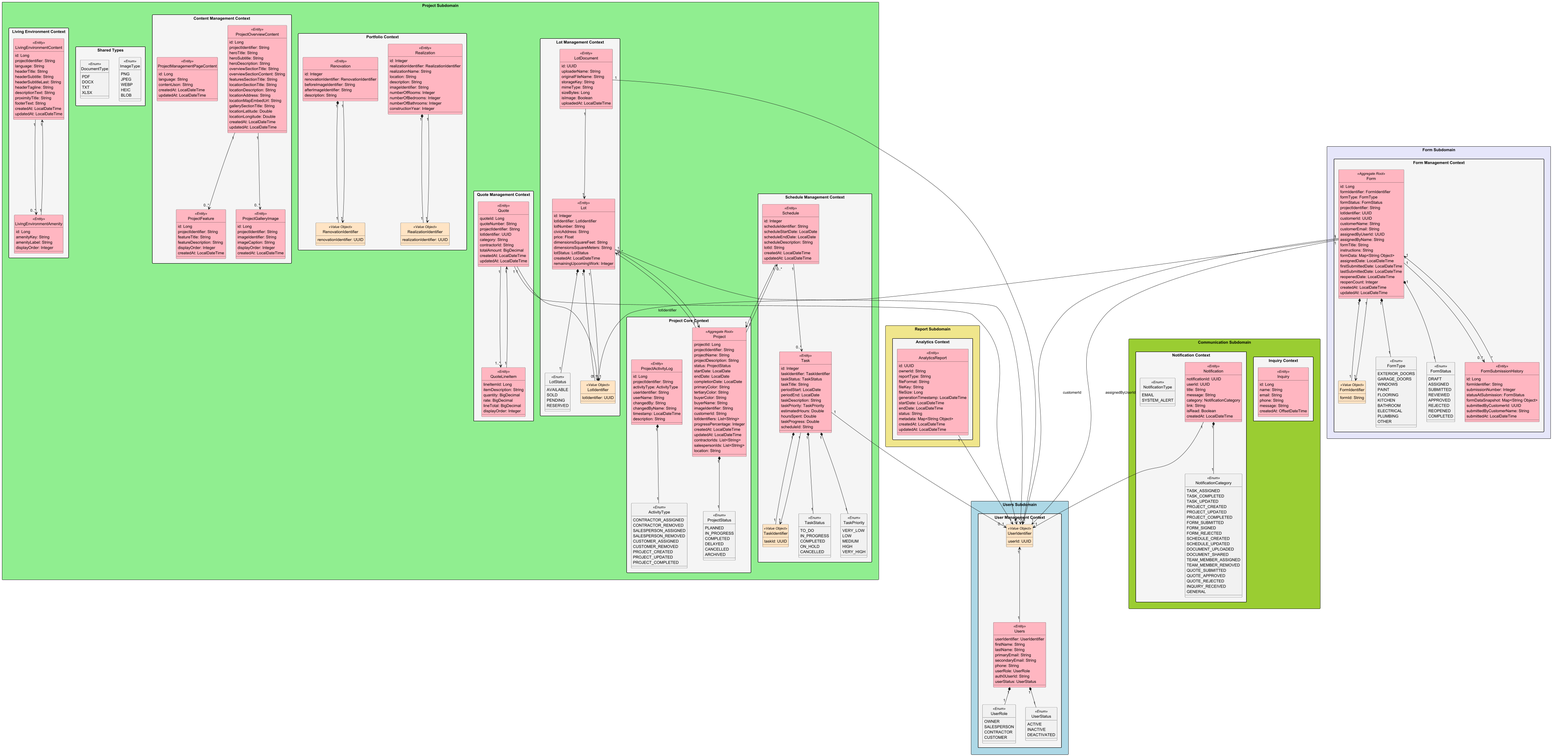
LCDCI/Les-Constructions-Dominic-Cyr keeps this PlantUML diagram as Diagrams/Diagrams/DDD_Diagrams/DDD_ECP.png. Above is the earlier version. The source it was exported from:
```plantuml
@startuml
hide circle
top to bottom direction

scale 0.4
!define ENTITY(entityName) class entityName << Entity >>
!define AGGREGATE_ROOT(aggregateRootName) class aggregateRootName << Aggregate Root >>
!define VALUE_OBJECT(valueObjectName) class valueObjectName << Value Object >>
!define ENUM(enumName) class enumName << Enum >>
!define AGGREGATE(aggregateName) class aggregateName << Aggregate >>
!pragma useVerticalIf on
skinparam dpi 350
skinparam packageStyle rectangle
skinparam rectangle {
    BackgroundColor #f7f4eb
    BorderColor Black
}

rectangle "Users Subdomain" as UserManagementContext #LightBlue {

    package "User Management Context" #F5F5F5 {
        ENTITY(Users) #lightpink {
            userIdentifier: UserIdentifier
            firstName: String
            lastName: String
            primaryEmail: String
            secondaryEmail: String
            phone: String
            userRole: UserRole
            auth0UserId: String
            userStatus: UserStatus
        }

        VALUE_OBJECT(UserIdentifier) #Bisque {
            userId: UUID
        }

        ENUM(UserRole) {
            OWNER
            SALESPERSON
            CONTRACTOR
            CUSTOMER
        }

        ENUM(UserStatus) {
            ACTIVE
            INACTIVE
            DEACTIVATED
        }

        UserIdentifier "1" <-- "1" Users
        Users "1" *-- "1" UserRole
        Users "1" *-- "1" UserStatus
    }
}

rectangle "Project Subdomain" as ProjectManagementContext #LightGreen {

    package "Project Core Context" #F5F5F5 {
        AGGREGATE_ROOT(Project) #lightpink {
            projectId: Long
            projectIdentifier: String
            projectName: String
            projectDescription: String
            status: ProjectStatus
            startDate: LocalDate
            endDate: LocalDate
            completionDate: LocalDate
            primaryColor: String
            tertiaryColor: String
            buyerColor: String
            buyerName: String
            imageIdentifier: String
            customerId: String
            lotIdentifiers: List<String>
            progressPercentage: Integer
            createdAt: LocalDateTime
            updatedAt: LocalDateTime
            contractorIds: List<String>
            salespersonIds: List<String>
            location: String
        }

        ENTITY(ProjectActivityLog) #lightpink {
            id: Long
            projectIdentifier: String
            activityType: ActivityType
            userIdentifier: String
            userName: String
            changedBy: String
            changedByName: String
            timestamp: LocalDateTime
            description: String
        }

        ENUM(ProjectStatus) {
            PLANNED
            IN_PROGRESS
            COMPLETED
            DELAYED
            CANCELLED
            ARCHIVED
        }

        ENUM(ActivityType) {
            CONTRACTOR_ASSIGNED
            CONTRACTOR_REMOVED
            SALESPERSON_ASSIGNED
            SALESPERSON_REMOVED
            CUSTOMER_ASSIGNED
            CUSTOMER_REMOVED
            PROJECT_CREATED
            PROJECT_UPDATED
            PROJECT_COMPLETED
        }
    }

    package "Schedule Management Context" #F5F5F5 {
        ENTITY(Schedule) #lightpink {
            id: Integer
            scheduleIdentifier: String
            scheduleStartDate: LocalDate
            scheduleEndDate: LocalDate
            scheduleDescription: String
            lotId: String
            createdAt: LocalDateTime
            updatedAt: LocalDateTime
        }

        ENTITY(Task) #lightpink {
            id: Integer
            taskIdentifier: TaskIdentifier
            taskStatus: TaskStatus
            taskTitle: String
            periodStart: LocalDate
            periodEnd: LocalDate
            taskDescription: String
            taskPriority: TaskPriority
            estimatedHours: Double
            hoursSpent: Double
            taskProgress: Double
            scheduleId: String
        }

        VALUE_OBJECT(TaskIdentifier) #Bisque {
            taskId: UUID
        }

        ENUM(TaskStatus) {
            TO_DO
            IN_PROGRESS
            COMPLETED
            ON_HOLD
            CANCELLED
        }

        ENUM(TaskPriority) {
            VERY_LOW
            LOW
            MEDIUM
            HIGH
            VERY_HIGH
        }
    }

    package "Lot Management Context" #F5F5F5 {
        ENTITY(Lot) #lightpink {
            id: Integer
            lotIdentifier: LotIdentifier
            lotNumber: String
            civicAddress: String
            price: Float
            dimensionsSquareFeet: String
            dimensionsSquareMeters: String
            lotStatus: LotStatus
            createdAt: LocalDateTime
            remainingUpcomingWork: Integer
        }

        ENTITY(LotDocument) #lightpink {
            id: UUID
            uploaderName: String
            originalFileName: String
            storageKey: String
            mimeType: String
            sizeBytes: Long
            isImage: Boolean
            uploadedAt: LocalDateTime
        }

        VALUE_OBJECT(LotIdentifier) #Bisque {
            lotIdentifier: UUID
        }

        ENUM(LotStatus) {
            AVAILABLE
            SOLD
            PENDING
            RESERVED
        }
    }

    package "Quote Management Context" #F5F5F5 {
        ENTITY(Quote) #lightpink {
            quoteId: Long
            quoteNumber: String
            projectIdentifier: String
            lotIdentifier: UUID
            category: String
            contractorId: String
            totalAmount: BigDecimal
            createdAt: LocalDateTime
            updatedAt: LocalDateTime
        }

        ENTITY(QuoteLineItem) #lightpink {
            lineItemId: Long
            itemDescription: String
            quantity: BigDecimal
            rate: BigDecimal
            lineTotal: BigDecimal
            displayOrder: Integer
        }
    }

    package "Portfolio Context" #F5F5F5 {
        ENTITY(Realization) #lightpink {
            id: Integer
            realizationIdentifier: RealizationIdentifier
            realizationName: String
            location: String
            description: String
            imageIdentifier: String
            numberOfRooms: Integer
            numberOfBedrooms: Integer
            numberOfBathrooms: Integer
            constructionYear: Integer
        }

        ENTITY(Renovation) #lightpink {
            id: Integer
            renovationIdentifier: RenovationIdentifier
            beforeImageIdentifier: String
            afterImageIdentifier: String
            description: String
        }

        VALUE_OBJECT(RealizationIdentifier) #Bisque {
            realizationIdentifier: UUID
        }

        VALUE_OBJECT(RenovationIdentifier) #Bisque {
            renovationIdentifier: UUID
        }
    }

    package "Content Management Context" #F5F5F5 {
        ENTITY(ProjectOverviewContent) #lightpink {
            id: Long
            projectIdentifier: String
            heroTitle: String
            heroSubtitle: String
            heroDescription: String
            overviewSectionTitle: String
            overviewSectionContent: String
            featuresSectionTitle: String
            locationSectionTitle: String
            locationDescription: String
            locationAddress: String
            locationMapEmbedUrl: String
            gallerySectionTitle: String
            locationLatitude: Double
            locationLongitude: Double
            createdAt: LocalDateTime
            updatedAt: LocalDateTime
        }

        ENTITY(ProjectGalleryImage) #lightpink {
            id: Long
            projectIdentifier: String
            imageIdentifier: String
            imageCaption: String
            displayOrder: Integer
            createdAt: LocalDateTime
        }

        ENTITY(ProjectFeature) #lightpink {
            id: Long
            projectIdentifier: String
            featureTitle: String
            featureDescription: String
            displayOrder: Integer
            createdAt: LocalDateTime
        }

        ENTITY(ProjectManagementPageContent) #lightpink {
            id: Long
            language: String
            contentJson: String
            createdAt: LocalDateTime
            updatedAt: LocalDateTime
        }
    }

    package "Living Environment Context" #F5F5F5 {
        ENTITY(LivingEnvironmentContent) #lightpink {
            id: Long
            projectIdentifier: String
            language: String
            headerTitle: String
            headerSubtitle: String
            headerSubtitleLast: String
            headerTagline: String
            descriptionText: String
            proximityTitle: String
            footerText: String
            createdAt: LocalDateTime
            updatedAt: LocalDateTime
        }

        ENTITY(LivingEnvironmentAmenity) #lightpink {
            id: Long
            amenityKey: String
            amenityLabel: String
            displayOrder: Integer
        }
    }

    package "Shared Types" #F5F5F5 {
        ENUM(ImageType) {
            PNG
            JPEG
            WEBP
            HEIC
            BLOB
        }

        ENUM(DocumentType) {
            PDF
            DOCX
            TXT
            XLSX
        }
    }

    Project "1" *-- "1" ProjectStatus
    Project "1" --> "0..*" Schedule
    Schedule "1" --> "0..*" Task
    Schedule "1" --> "1" Project
    Task "1" *-- "1" TaskIdentifier
    Task "1" *-- "1" TaskStatus
    Task "1" *-- "1" TaskPriority
    Task "1" --> "0..1" UserIdentifier
    TaskIdentifier "1" <-- "1" Task

    Project "1" --> "0..*" Lot
    Lot "1" *-- "1" LotIdentifier
    Lot "1" *-- "1" LotStatus
    Lot "1" --> "1" Project
    Lot "1" --> "0..*" UserIdentifier
    LotIdentifier "1" <-- "1" Lot

    Quote "1" --> "1..*" QuoteLineItem
    QuoteLineItem "1" --> "1" Quote
    Quote "1" --> "0..1" LotIdentifier
    Quote "1" --> "1" UserIdentifier

    Realization "1" *-- "1" RealizationIdentifier
    RealizationIdentifier "1" <-- "1" Realization

    Renovation "1" *-- "1" RenovationIdentifier
    RenovationIdentifier "1" <-- "1" Renovation

    ProjectOverviewContent "1" --> "0..*" ProjectGalleryImage
    ProjectOverviewContent "1" --> "0..*" ProjectFeature

    LivingEnvironmentContent "1" --> "0..*" LivingEnvironmentAmenity
    LivingEnvironmentAmenity "1" --> "1" LivingEnvironmentContent

    LotDocument "1" --> "1" Lot
    LotDocument "1" --> "1" UserIdentifier

    ProjectActivityLog "1" *-- "1" ActivityType
}


rectangle "Communication Subdomain" as CommunicationContext #YellowGreen {

    package "Notification Context" #F5F5F5 {
        ENTITY(Notification) #lightpink {
            notificationId: UUID
            userId: UUID
            title: String
            message: String
            category: NotificationCategory
            link: String
            isRead: Boolean
            createdAt: LocalDateTime
        }

        ENUM(NotificationCategory) {
            TASK_ASSIGNED
            TASK_COMPLETED
            TASK_UPDATED
            PROJECT_CREATED
            PROJECT_UPDATED
            PROJECT_COMPLETED
            FORM_SUBMITTED
            FORM_SIGNED
            FORM_REJECTED
            SCHEDULE_CREATED
            SCHEDULE_UPDATED
            DOCUMENT_UPLOADED
            DOCUMENT_SHARED
            TEAM_MEMBER_ASSIGNED
            TEAM_MEMBER_REMOVED
            QUOTE_SUBMITTED
            QUOTE_APPROVED
            QUOTE_REJECTED
            INQUIRY_RECEIVED
            GENERAL
        }

        ENUM(NotificationType) {
            EMAIL
            SYSTEM_ALERT
        }
    }

    package "Inquiry Context" #F5F5F5 {
        ENTITY(Inquiry) #lightpink {
            id: Long
            name: String
            email: String
            phone: String
            message: String
            createdAt: OffsetDateTime
        }
    }

    Notification "1" *-- "1" NotificationCategory
    Notification "1" --> "1" UserIdentifier
}

rectangle "Report Subdomain" as ReportContext #Khaki {

    package "Analytics Context" #F5F5F5 {
        ENTITY(AnalyticsReport) #lightpink {
            id: UUID
            ownerId: String
            reportType: String
            fileFormat: String
            fileKey: String
            fileSize: Long
            generationTimestamp: LocalDateTime
            startDate: LocalDateTime
            endDate: LocalDateTime
            status: String
            metadata: Map<String Object>
            createdAt: LocalDateTime
            updatedAt: LocalDateTime
        }

        AnalyticsReport "1" --> "1" UserIdentifier
    }
}

rectangle "Form Subdomain" as FormContext #Lavender {

    package "Form Management Context" #F5F5F5 {
        AGGREGATE_ROOT(Form) #lightpink {
            id: Long
            formIdentifier: FormIdentifier
            formType: FormType
            formStatus: FormStatus
            projectIdentifier: String
            lotIdentifier: UUID
            customerId: UUID
            customerName: String
            customerEmail: String
            assignedByUserId: UUID
            assignedByName: String
            formTitle: String
            instructions: String
            formData: Map<String Object>
            assignedDate: LocalDateTime
            firstSubmittedDate: LocalDateTime
            lastSubmittedDate: LocalDateTime
            reopenedDate: LocalDateTime
            reopenCount: Integer
            createdAt: LocalDateTime
            updatedAt: LocalDateTime
        }

        ENTITY(FormSubmissionHistory) #lightpink {
            id: Long
            formIdentifier: String
            submissionNumber: Integer
            statusAtSubmission: FormStatus
            formDataSnapshot: Map<String Object>
            submittedByCustomerId: UUID
            submittedByCustomerName: String
            submittedAt: LocalDateTime
        }

        VALUE_OBJECT(FormIdentifier) #Bisque {
            formId: String
        }

        ENUM(FormType) {
            EXTERIOR_DOORS
            GARAGE_DOORS
            WINDOWS
            PAINT
            FLOORING
            KITCHEN
            BATHROOM
            ELECTRICAL
            PLUMBING
            OTHER
        }

        ENUM(FormStatus) {
            DRAFT
            ASSIGNED
            SUBMITTED
            REVIEWED
            APPROVED
            REJECTED
            REOPENED
            COMPLETED
        }
    }

    Form "1" *-- "1" FormIdentifier
    Form "1" *-- "1" FormType
    Form "1" *-- "1" FormStatus
    Form "1" --> "1" UserIdentifier : customerId
    Form "1" --> "1" UserIdentifier : assignedByUserId
    Form "1" --> "1" LotIdentifier : lotIdentifier
    Form "1" --> "0..*" FormSubmissionHistory
    FormSubmissionHistory "*" --> "1" Form
    FormIdentifier "1" <-- "1" Form
}

@enduml
```
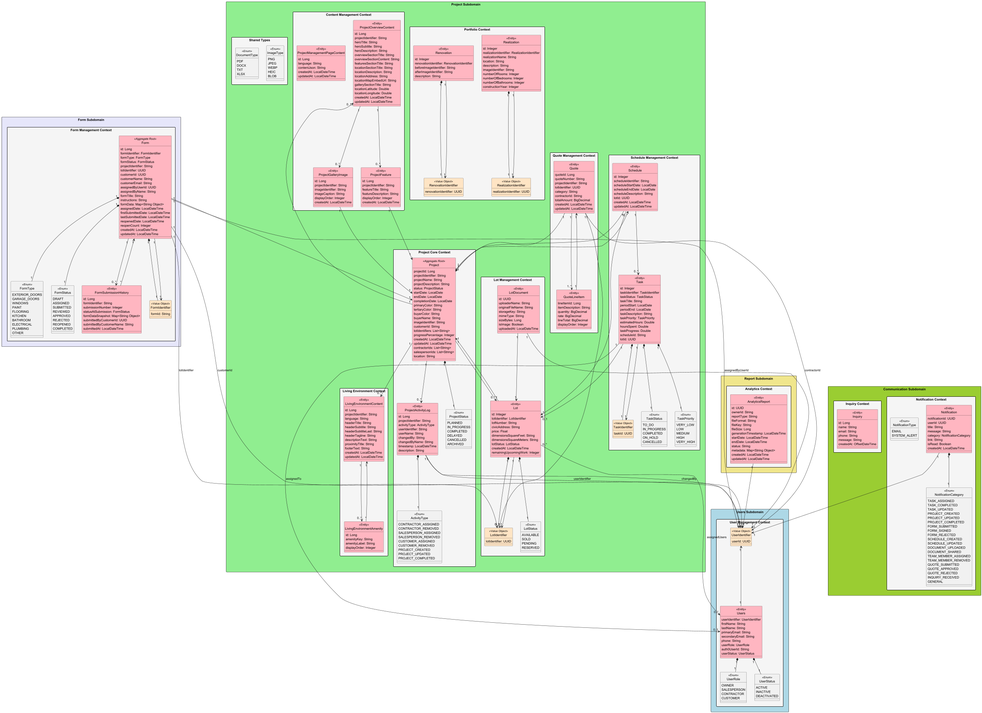
Above is the later version.

Change to the diagram source:
```diff
@@ -122,7 +122,7 @@
             scheduleStartDate: LocalDate
             scheduleEndDate: LocalDate
             scheduleDescription: String
-            lotId: String
+            lotId: UUID
             createdAt: LocalDateTime
             updatedAt: LocalDateTime
         }
@@ -140,6 +140,7 @@
             hoursSpent: Double
             taskProgress: Double
             scheduleId: String
+            lotId: UUID
         }
 
         VALUE_OBJECT(TaskIdentifier) #Bisque {
@@ -345,25 +346,28 @@
 
     Project "1" *-- "1" ProjectStatus
     Project "1" --> "0..*" Schedule
+    Schedule "*" --> "1" Project
     Schedule "1" --> "0..*" Task
-    Schedule "1" --> "1" Project
+    Schedule "1" --> "1" Lot
     Task "1" *-- "1" TaskIdentifier
     Task "1" *-- "1" TaskStatus
     Task "1" *-- "1" TaskPriority
-    Task "1" --> "0..1" UserIdentifier
+    Task "1" --> "0..1" Users : assignedTo
+    Task "1" --> "0..1" Lot
     TaskIdentifier "1" <-- "1" Task
 
     Project "1" --> "0..*" Lot
     Lot "1" *-- "1" LotIdentifier
     Lot "1" *-- "1" LotStatus
     Lot "1" --> "1" Project
-    Lot "1" --> "0..*" UserIdentifier
+    Lot "0..*" --> "0..*" Users : assignedUsers
     LotIdentifier "1" <-- "1" Lot
 
     Quote "1" --> "1..*" QuoteLineItem
     QuoteLineItem "1" --> "1" Quote
+    Quote "1" --> "1" Project
     Quote "1" --> "0..1" LotIdentifier
-    Quote "1" --> "1" UserIdentifier
+    Quote "1" --> "1" UserIdentifier : contractorId
 
     Realization "1" *-- "1" RealizationIdentifier
     RealizationIdentifier "1" <-- "1" Realization
@@ -371,16 +375,23 @@
     Renovation "1" *-- "1" RenovationIdentifier
     RenovationIdentifier "1" <-- "1" Renovation
 
+    Project "1" --> "0..1" ProjectOverviewContent
     ProjectOverviewContent "1" --> "0..*" ProjectGalleryImage
     ProjectOverviewContent "1" --> "0..*" ProjectFeature
+    ProjectGalleryImage "1" --> "1" Project
+    ProjectFeature "1" --> "1" Project
 
+    Project "1" --> "0..*" LivingEnvironmentContent
     LivingEnvironmentContent "1" --> "0..*" LivingEnvironmentAmenity
-    LivingEnvironmentAmenity "1" --> "1" LivingEnvironmentContent
+    LivingEnvironmentAmenity "*" --> "1" LivingEnvironmentContent
 
     LotDocument "1" --> "1" Lot
     LotDocument "1" --> "1" UserIdentifier
 
+    Project "1" --> "0..*" ProjectActivityLog
     ProjectActivityLog "1" *-- "1" ActivityType
+    ProjectActivityLog "1" --> "1" UserIdentifier : userIdentifier
+    ProjectActivityLog "1" --> "1" UserIdentifier : changedBy
 }
 
 
@@ -535,6 +546,7 @@
     Form "1" *-- "1" FormIdentifier
     Form "1" *-- "1" FormType
     Form "1" *-- "1" FormStatus
+    Form "1" --> "1" Project
     Form "1" --> "1" UserIdentifier : customerId
     Form "1" --> "1" UserIdentifier : assignedByUserId
     Form "1" --> "1" LotIdentifier : lotIdentifier
```
